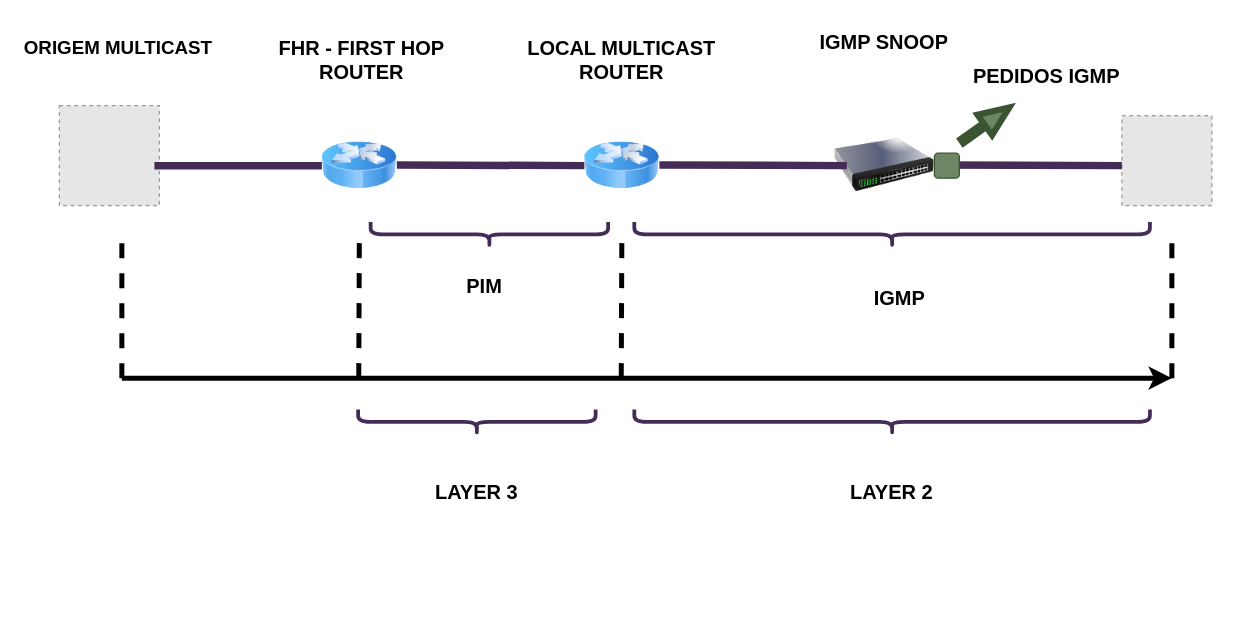
Earlier version of the draw.io diagram CCNP 350-401 ENCOR/03 - Infrastructure/01 - Multicast/Imagens/topologia.drawio (alcancil/Cisco). Source tidied: cells renumbered, new cells numbered last; positions are measured from the earlier drawing's top-left corner, leaving out a move shared by most shapes. Both pictures are drawn from the tidied source at 125%, with x=0, y=0 at pixel (21, -24). Pictures stored in the file or linked from it are replaced by grey dashed boxes.
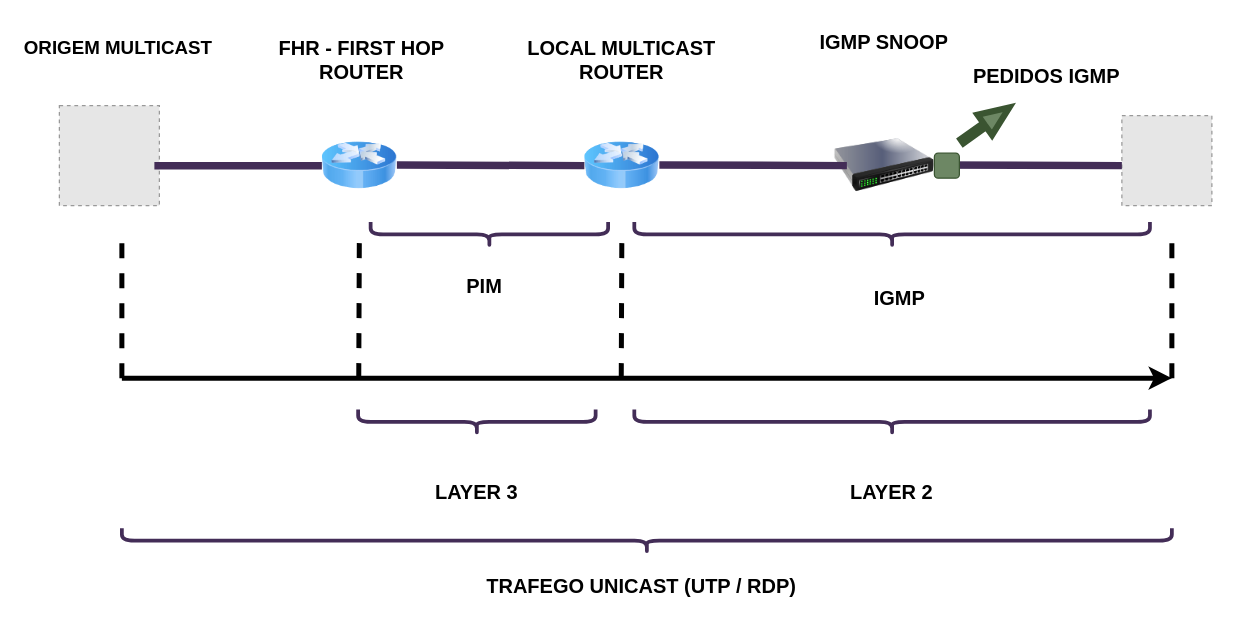
After the change.

The edit, as a diff of the source:
```diff
@@
+    <mxCell id="31" style="shape=curlyBracket;whiteSpace=wrap;html=1;rounded=1;labelPosition=left;verticalLabelPosition=middle;align=right;verticalAlign=middle;hachureGap=4;fontFamily=Architects Daughter;rotation=-90;strokeWidth=3;fillColor=#76608a;fontColor=#ffffff;strokeColor=#432D57;" parent="1" vertex="1">
+      <mxGeometry x="490" y="31" width="20" height="840" as="geometry" />
+    </mxCell>
+    <mxCell id="32" value="&lt;font face=&quot;Helvetica&quot;&gt;TRAFEGO UNICAST (UTP / RDP)&lt;br&gt;&lt;/font&gt;" style="text;html=1;whiteSpace=wrap;overflow=hidden;rounded=0;fontFamily=Architects Daughter;fontStyle=1;fontSize=16;" parent="1" vertex="1">
+      <mxGeometry x="369.5" y="471" width="261" height="30" as="geometry" />
+    </mxCell>
```
